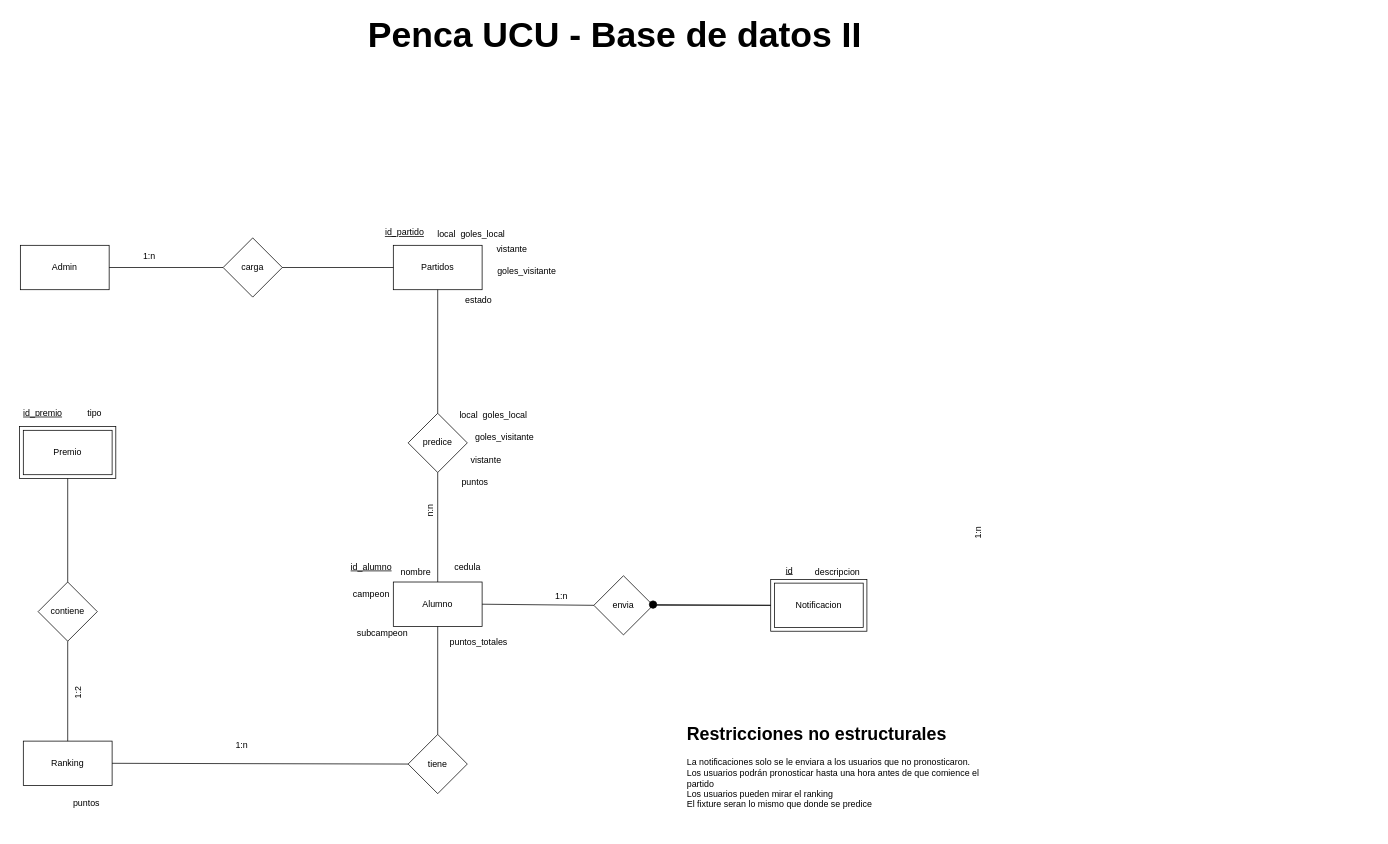
Earlier version of the draw.io diagram Penca UCU - MER.drawio (Ionasjospo/BDII-PencaUCU). Source tidied: cells renumbered, new cells numbered last; positions are measured from the earlier drawing's top-left corner, leaving out a move shared by most shapes. Both pictures are drawn from the tidied source at 74%, with x=0, y=0 at pixel (13, 23).
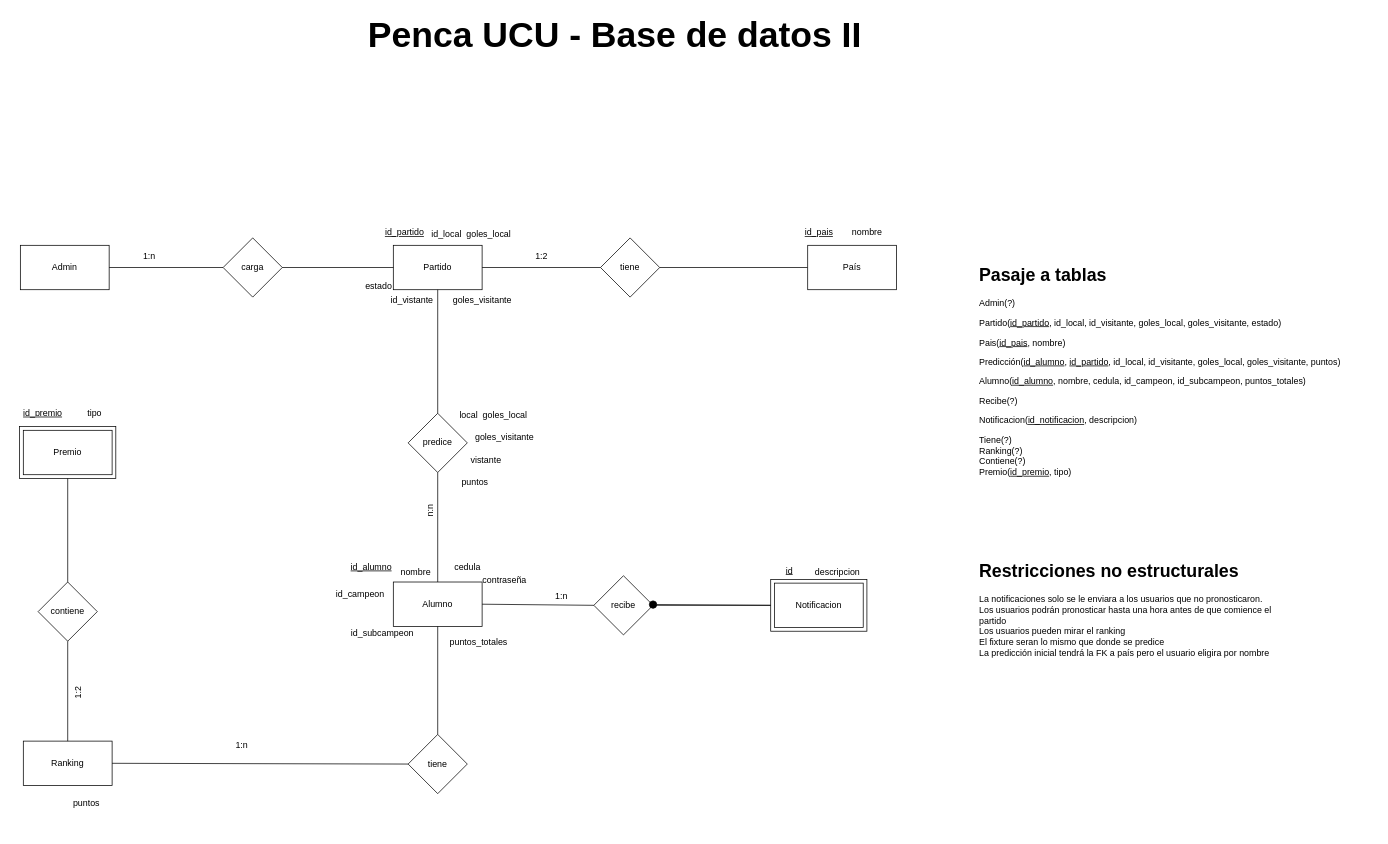
The same page after the edit.

The edit, as a diff of the source:
```diff
@@
-    <mxCell id="12" value="envia" style="rhombus;whiteSpace=wrap;html=1;" parent="1" vertex="1">
+    <mxCell id="12" value="recibe" style="rhombus;whiteSpace=wrap;html=1;" parent="1" vertex="1">
       <mxGeometry x="785" y="746.5" width="80" height="80" as="geometry" />
     </mxCell>
-    <mxCell id="13" value="Partidos" style="whiteSpace=wrap;html=1;" parent="1" vertex="1">
+    <mxCell id="13" value="Partido" style="whiteSpace=wrap;html=1;" parent="1" vertex="1">
       <mxGeometry x="514" y="300" width="120" height="60" as="geometry" />
     </mxCell>
@@
-    <mxCell id="19" value="campeon" style="text;html=1;align=center;verticalAlign=middle;strokeColor=none;fillColor=none;" parent="1" vertex="1">
-      <mxGeometry x="449" y="756.5" width="70" height="30" as="geometry" />
+    <mxCell id="19" value="id_campeon" style="text;html=1;align=center;verticalAlign=middle;strokeColor=none;fillColor=none;" parent="1" vertex="1">
+      <mxGeometry x="424" y="756.5" width="90" height="30" as="geometry" />
     </mxCell>
-    <mxCell id="20" value="subcampeon" style="text;html=1;align=center;verticalAlign=middle;strokeColor=none;fillColor=none;" parent="1" vertex="1">
-      <mxGeometry x="454" y="810" width="90" height="30" as="geometry" />
+    <mxCell id="20" value="id_subcampeon" style="text;html=1;align=center;verticalAlign=middle;strokeColor=none;fillColor=none;" parent="1" vertex="1">
+      <mxGeometry x="444" y="810" width="110" height="30" as="geometry" />
     </mxCell>
-    <mxCell id="21" value="&lt;h1 style=&quot;margin-top: 0px;&quot;&gt;Restricciones no estructurales&lt;/h1&gt;&lt;div&gt;La notificaciones solo se le enviara a los usuarios que no pronosticaron.&lt;br&gt;Los usuarios podrán pronosticar hasta una hora antes de que comience el partido&lt;br&gt;Los usuarios pueden mirar el ranking&lt;/div&gt;&lt;div&gt;El fixture seran lo mismo que donde se predice&lt;/div&gt;" style="text;html=1;whiteSpace=wrap;overflow=hidden;rounded=0;" parent="1" vertex="1">
-      <mxGeometry x="909" y="940" width="400" height="150" as="geometry" />
+    <mxCell id="21" value="&lt;h1 style=&quot;margin-top: 0px;&quot;&gt;Restricciones no estructurales&lt;/h1&gt;&lt;div&gt;La notificaciones solo se le enviara a los usuarios que no pronosticaron.&lt;br&gt;Los usuarios podrán pronosticar hasta una hora antes de que comience el partido&lt;br&gt;Los usuarios pueden mirar el ranking&lt;/div&gt;&lt;div&gt;El fixture seran lo mismo que donde se predice&lt;/div&gt;&lt;div&gt;La predicción inicial tendrá la FK a país pero el usuario eligira por nombre&lt;/div&gt;" style="text;html=1;whiteSpace=wrap;overflow=hidden;rounded=0;" parent="1" vertex="1">
+      <mxGeometry x="1304" y="720" width="400" height="150" as="geometry" />
     </mxCell>
@@
-    <mxCell id="26" value="local&amp;nbsp; goles_local" style="text;html=1;align=center;verticalAlign=middle;strokeColor=none;fillColor=none;" parent="1" vertex="1">
-      <mxGeometry x="564" y="270" width="110" height="30" as="geometry" />
+    <mxCell id="26" value="id_local&amp;nbsp; goles_local" style="text;html=1;align=center;verticalAlign=middle;strokeColor=none;fillColor=none;" parent="1" vertex="1">
+      <mxGeometry x="554" y="270" width="130" height="30" as="geometry" />
     </mxCell>
-    <mxCell id="27" value="vistante" style="text;html=1;align=center;verticalAlign=middle;strokeColor=none;fillColor=none;" parent="1" vertex="1">
-      <mxGeometry x="644" y="290" width="60" height="30" as="geometry" />
+    <mxCell id="27" value="id_vistante" style="text;html=1;align=center;verticalAlign=middle;strokeColor=none;fillColor=none;" parent="1" vertex="1">
+      <mxGeometry x="499" y="360" width="80" height="30" as="geometry" />
     </mxCell>
     <mxCell id="28" value="goles_visitante" style="text;html=1;align=center;verticalAlign=middle;strokeColor=none;fillColor=none;" parent="1" vertex="1">
-      <mxGeometry x="644" y="320" width="100" height="30" as="geometry" />
+      <mxGeometry x="584" y="360" width="100" height="30" as="geometry" />
     </mxCell>
@@
-    <mxCell id="36" value="1:n" style="text;html=1;align=center;verticalAlign=middle;strokeColor=none;fillColor=none;rotation=-90;" parent="1" vertex="1">
-      <mxGeometry x="1284" y="674" width="40" height="30" as="geometry" />
-    </mxCell>
@@
     <mxCell id="50" value="estado" style="text;html=1;align=center;verticalAlign=middle;strokeColor=none;fillColor=none;" parent="1" vertex="1">
-      <mxGeometry x="599" y="360" width="60" height="30" as="geometry" />
+      <mxGeometry x="464" y="340" width="60" height="30" as="geometry" />
     </mxCell>
@@
+    <mxCell id="56" value="tiene" style="rhombus;whiteSpace=wrap;html=1;" parent="1" vertex="1">
+      <mxGeometry x="794" y="290" width="80" height="80" as="geometry" />
+    </mxCell>
+    <mxCell id="57" style="endArrow=none;html=1;rounded=0;exitX=0;exitY=0.5;exitDx=0;exitDy=0;entryX=1;entryY=0.5;entryDx=0;entryDy=0;" parent="1" edge="1" source="56" target="13">
+      <mxGeometry relative="1" as="geometry" />
+    </mxCell>
+    <mxCell id="58" style="endArrow=none;html=1;rounded=0;exitX=1;exitY=0.5;exitDx=0;exitDy=0;entryX=0;entryY=0.5;entryDx=0;entryDy=0;" parent="1" edge="1" source="56" target="59">
+      <mxGeometry relative="1" as="geometry">
+        <Array as="points">
+          <mxPoint x="1074" y="330" />
+        </Array>
+      </mxGeometry>
+    </mxCell>
+    <mxCell id="59" value="País" style="whiteSpace=wrap;html=1;" parent="1" vertex="1">
+      <mxGeometry x="1074" y="300" width="120" height="60" as="geometry" />
+    </mxCell>
+    <mxCell id="60" value="&lt;u&gt;id_pais&lt;/u&gt;" style="text;html=1;align=center;verticalAlign=middle;strokeColor=none;fillColor=none;" parent="1" vertex="1">
+      <mxGeometry x="1059" y="268" width="60" height="30" as="geometry" />
+    </mxCell>
+    <mxCell id="61" value="nombre" style="text;html=1;align=center;verticalAlign=middle;strokeColor=none;fillColor=none;" parent="1" vertex="1">
+      <mxGeometry x="1124" y="268" width="60" height="30" as="geometry" />
+    </mxCell>
+    <mxCell id="62" value="1:2" style="text;html=1;align=center;verticalAlign=middle;strokeColor=none;fillColor=none;" parent="1" vertex="1">
+      <mxGeometry x="694" y="300" width="40" height="30" as="geometry" />
+    </mxCell>
+    <mxCell id="63" value="&lt;h1 style=&quot;margin-top: 0px;&quot;&gt;Pasaje a tablas&lt;/h1&gt;&lt;p&gt;Admin(?)&lt;/p&gt;&lt;p&gt;Partido(&lt;u&gt;id_partido&lt;/u&gt;, id_local,&amp;nbsp;&lt;span style=&quot;background-color: initial;&quot;&gt;id_visitante,&lt;/span&gt;&lt;span style=&quot;background-color: initial;&quot;&gt;&amp;nbsp;goles_local, goles_visitante, estado)&lt;/span&gt;&lt;/p&gt;&lt;p&gt;Pais(&lt;u&gt;id_pais&lt;/u&gt;, nombre)&amp;nbsp;&lt;/p&gt;&lt;p&gt;Predicción(&lt;u&gt;id_alumno&lt;/u&gt;, &lt;u&gt;id_partido&lt;/u&gt;, id_local, id_visitante, goles_local, goles_visitante, puntos)&lt;/p&gt;&lt;p&gt;Alumno(&lt;u&gt;id_alumno&lt;/u&gt;, nombre, cedula, id_campeon, id_subcampeon, puntos_totales)&lt;/p&gt;&lt;p&gt;Recibe(?)&lt;/p&gt;&lt;p&gt;Notificacion(&lt;u&gt;id_notificacion&lt;/u&gt;, descripcion)&lt;/p&gt;&lt;p&gt;Tiene(?)&lt;br&gt;Ranking(?)&lt;br&gt;Contiene(?)&lt;br&gt;Premio(&lt;u&gt;id_premio&lt;/u&gt;, tipo)&lt;/p&gt;" style="text;html=1;whiteSpace=wrap;overflow=hidden;rounded=0;" parent="1" vertex="1">
+      <mxGeometry x="1304" y="320" width="537" height="295" as="geometry" />
+    </mxCell>
+    <mxCell id="64" value="contraseña" style="text;html=1;align=center;verticalAlign=middle;strokeColor=none;fillColor=none;" parent="1" vertex="1">
+      <mxGeometry x="624" y="738" width="80" height="30" as="geometry" />
+    </mxCell>
```
